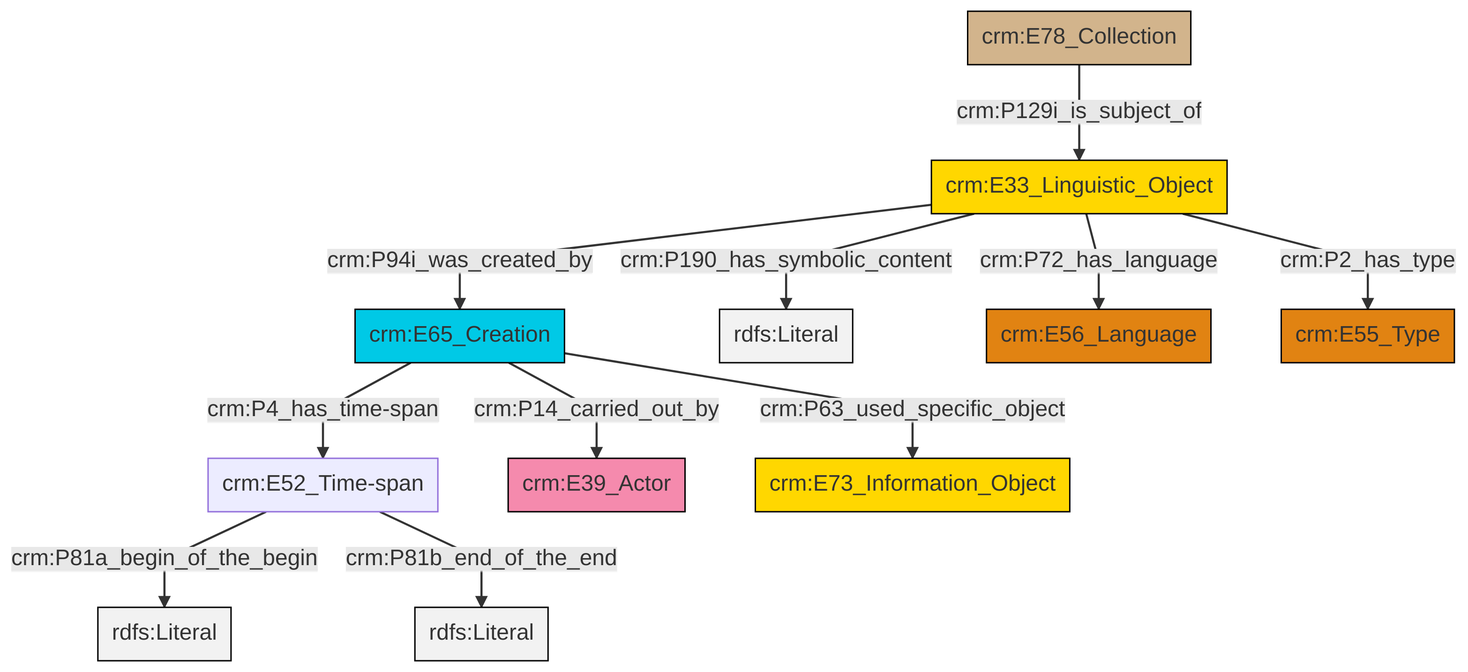
swiss-art-research-net/docs.swissartresearch keeps this Mermaid diagram as et/archivalCSV/ttl/mmd/png/archival_desc.png. Above is the earlier version. Its source is kept beside it as et/archivalCSV/ttl/mmd/archival_desc.ttl.mmd.
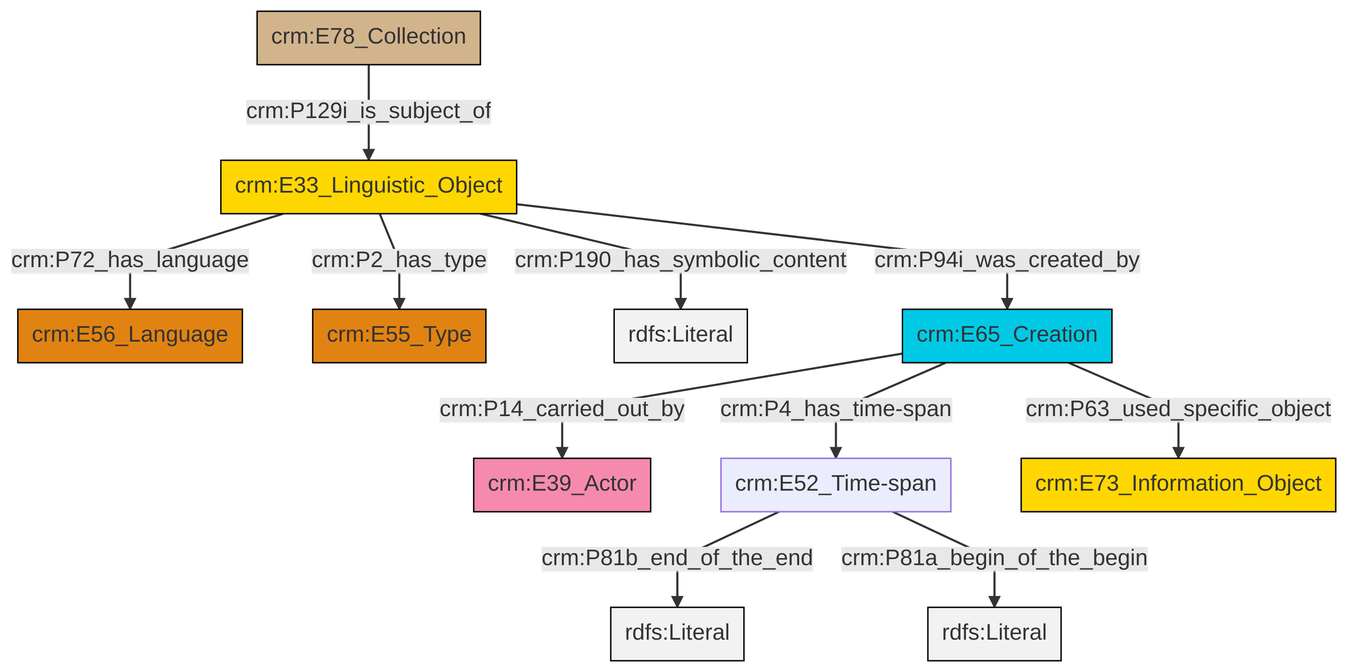
After the change.

What changed in the source:
```diff
@@ -13,13 +13,13 @@
 classDef PC_Classes fill:#4ce600, stroke:#000000;
 classDef Multi fill:#cccccc,stroke:#000000;
 
-0["crm:E52_Time-span"]:::Default -->|crm:P81a_begin_of_the_begin| 4[rdfs:Literal]:::Literal
-7["crm:E78_Collection"]:::Physical_Thing -->|crm:P129i_is_subject_of| 9["crm:E33_Linguistic_Object"]:::Conceptual_Object
-10["crm:E65_Creation"]:::Temporal_Entity -->|crm:P14_carried_out_by| 2["crm:E39_Actor"]:::Actor
-9["crm:E33_Linguistic_Object"]:::Conceptual_Object -->|crm:P190_has_symbolic_content| 11[rdfs:Literal]:::Literal
-9["crm:E33_Linguistic_Object"]:::Conceptual_Object -->|crm:P72_has_language| 12["crm:E56_Language"]:::Type
-0["crm:E52_Time-span"]:::Default -->|crm:P81b_end_of_the_end| 16[rdfs:Literal]:::Literal
-9["crm:E33_Linguistic_Object"]:::Conceptual_Object -->|crm:P94i_was_created_by| 10["crm:E65_Creation"]:::Temporal_Entity
-9["crm:E33_Linguistic_Object"]:::Conceptual_Object -->|crm:P2_has_type| 14["crm:E55_Type"]:::Type
-10["crm:E65_Creation"]:::Temporal_Entity -->|crm:P63_used_specific_object| 5["crm:E73_Information_Object"]:::Conceptual_Object
-10["crm:E65_Creation"]:::Temporal_Entity -->|crm:P4_has_time-span| 0["crm:E52_Time-span"]:::Default
+4["crm:E52_Time-span"]:::Default -->|crm:P81b_end_of_the_end| 5[rdfs:Literal]:::Literal
+8["crm:E33_Linguistic_Object"]:::Conceptual_Object -->|crm:P2_has_type| 9["crm:E55_Type"]:::Type
+8["crm:E33_Linguistic_Object"]:::Conceptual_Object -->|crm:P190_has_symbolic_content| 10[rdfs:Literal]:::Literal
+8["crm:E33_Linguistic_Object"]:::Conceptual_Object -->|crm:P72_has_language| 6["crm:E56_Language"]:::Type
+4["crm:E52_Time-span"]:::Default -->|crm:P81a_begin_of_the_begin| 11[rdfs:Literal]:::Literal
+8["crm:E33_Linguistic_Object"]:::Conceptual_Object -->|crm:P94i_was_created_by| 12["crm:E65_Creation"]:::Temporal_Entity
+12["crm:E65_Creation"]:::Temporal_Entity -->|crm:P4_has_time-span| 4["crm:E52_Time-span"]:::Default
+12["crm:E65_Creation"]:::Temporal_Entity -->|crm:P63_used_specific_object| 17["crm:E73_Information_Object"]:::Conceptual_Object
+0["crm:E78_Collection"]:::Physical_Thing -->|crm:P129i_is_subject_of| 8["crm:E33_Linguistic_Object"]:::Conceptual_Object
+12["crm:E65_Creation"]:::Temporal_Entity -->|crm:P14_carried_out_by| 2["crm:E39_Actor"]:::Actor
```
